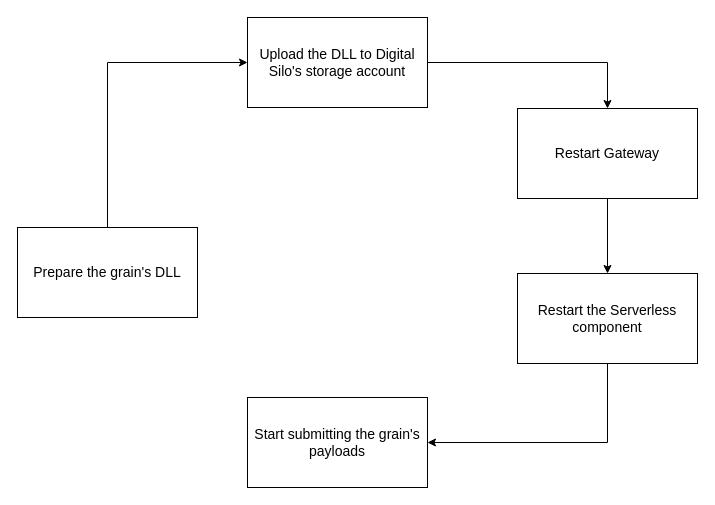
The draw.io diagram assets/Untitled Diagram.drawio in DigitalSilo/digitalsilodocs, before the edit. Source tidied: cells renumbered, new cells numbered last; positions are measured from the earlier drawing's top-left corner, leaving out a move shared by most shapes. Both pictures are drawn from the tidied source at 100%, with x=0, y=0 at pixel (17, 17).
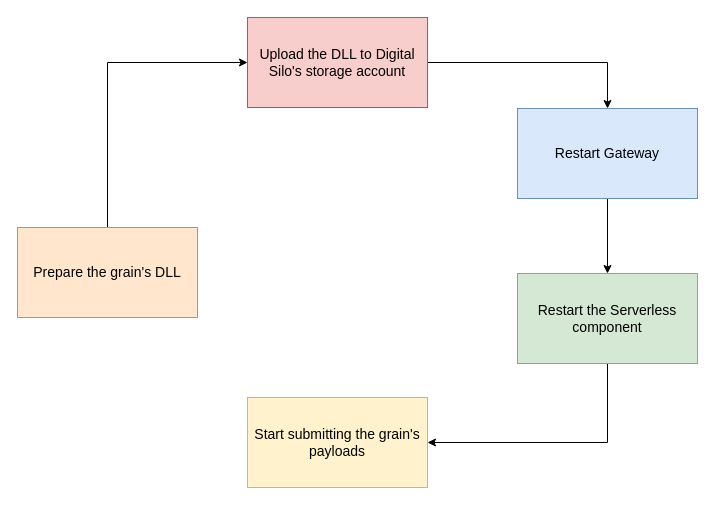
The same diagram, later.

Diff of the diagram source:
```diff
@@
 <mxGraphModel>
   <root>
     <mxCell id="0" />
     <mxCell id="1" parent="0" />
     <mxCell id="2" style="edgeStyle=orthogonalEdgeStyle;rounded=0;jettySize=auto;html=1;exitX=1;exitY=0.5;exitDx=0;exitDy=0;entryX=0.5;entryY=0;entryDx=0;entryDy=0;fontSize=14;" parent="1" edge="1" source="3" target="7">
       <mxGeometry relative="1" as="geometry" />
     </mxCell>
-    <mxCell id="3" value="Upload the DLL to Digital Silo's storage account" style="rounded=0;whiteSpace=wrap;html=1;fontSize=14;" parent="1" vertex="1">
+    <mxCell id="3" value="Upload the DLL to Digital Silo's storage account" style="rounded=0;whiteSpace=wrap;html=1;fontSize=14;fillColor=#f8cecc;strokeColor=#b85450;" parent="1" vertex="1">
       <mxGeometry x="230" width="180" height="90" as="geometry" />
     </mxCell>
     <mxCell id="4" style="edgeStyle=orthogonalEdgeStyle;rounded=0;jettySize=auto;html=1;exitX=0.5;exitY=0;exitDx=0;exitDy=0;entryX=0;entryY=0.5;entryDx=0;entryDy=0;fontSize=14;" parent="1" edge="1" source="5" target="3">
       <mxGeometry relative="1" as="geometry" />
     </mxCell>
-    <mxCell id="5" value="Prepare the grain's DLL" style="rounded=0;whiteSpace=wrap;html=1;fontSize=14;" parent="1" vertex="1">
+    <mxCell id="5" value="Prepare the grain's DLL" style="rounded=0;whiteSpace=wrap;html=1;fontSize=14;fillColor=#ffe6cc;strokeColor=#d79b00;" parent="1" vertex="1">
       <mxGeometry y="210" width="180" height="90" as="geometry" />
     </mxCell>
     <mxCell id="6" style="edgeStyle=orthogonalEdgeStyle;rounded=0;jettySize=auto;html=1;exitX=0.5;exitY=1;exitDx=0;exitDy=0;entryX=0.5;entryY=0;entryDx=0;entryDy=0;fontSize=14;" parent="1" edge="1" source="7" target="9">
       <mxGeometry relative="1" as="geometry" />
     </mxCell>
-    <mxCell id="7" value="Restart Gateway" style="rounded=0;whiteSpace=wrap;html=1;fontSize=14;" parent="1" vertex="1">
+    <mxCell id="7" value="Restart Gateway" style="rounded=0;whiteSpace=wrap;html=1;fontSize=14;fillColor=#dae8fc;strokeColor=#6c8ebf;" parent="1" vertex="1">
       <mxGeometry x="500" y="91" width="180" height="90" as="geometry" />
     </mxCell>
     <mxCell id="8" style="edgeStyle=orthogonalEdgeStyle;rounded=0;jettySize=auto;html=1;exitX=0.5;exitY=1;exitDx=0;exitDy=0;entryX=1;entryY=0.5;entryDx=0;entryDy=0;fontSize=14;" parent="1" edge="1" source="9" target="10">
       <mxGeometry relative="1" as="geometry" />
     </mxCell>
-    <mxCell id="9" value="Restart the Serverless&lt;br&gt;component" style="rounded=0;whiteSpace=wrap;html=1;fontSize=14;" parent="1" vertex="1">
+    <mxCell id="9" value="Restart the Serverless&lt;br&gt;component" style="rounded=0;whiteSpace=wrap;html=1;fontSize=14;fillColor=#d5e8d4;strokeColor=#82b366;" parent="1" vertex="1">
       <mxGeometry x="500" y="256" width="180" height="90" as="geometry" />
     </mxCell>
-    <mxCell id="10" value="Start submitting the grain's payloads" style="rounded=0;whiteSpace=wrap;html=1;fontSize=14;" parent="1" vertex="1">
+    <mxCell id="10" value="Start submitting the grain's payloads" style="rounded=0;whiteSpace=wrap;html=1;fontSize=14;fillColor=#fff2cc;strokeColor=#d6b656;" parent="1" vertex="1">
       <mxGeometry x="230" y="380" width="180" height="90" as="geometry" />
     </mxCell>
   </root>
 </mxGraphModel>
```
